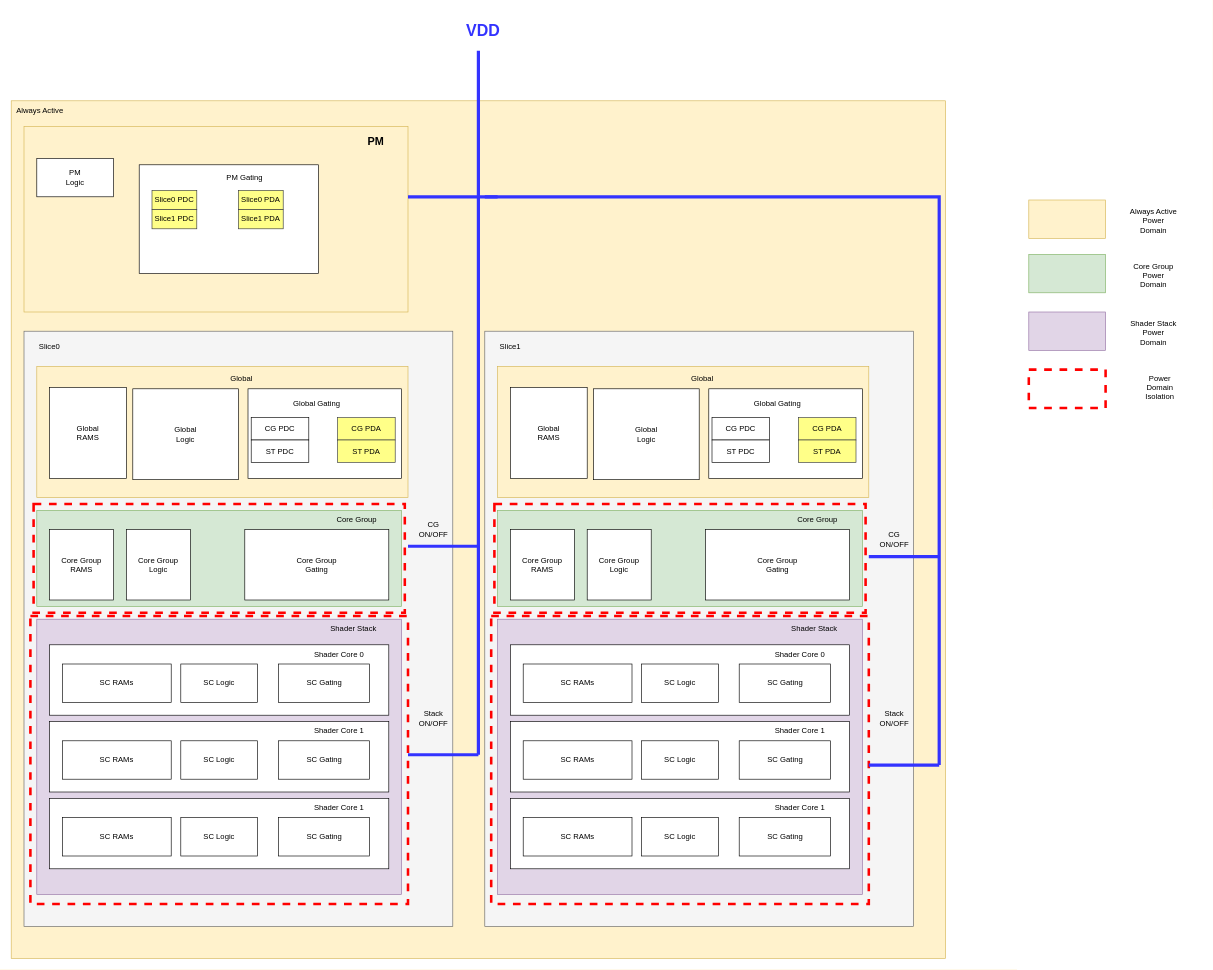
Above: page "G78AE_Power" (4 of 4) of gua0.drawio in ASIC-Design/test (draw.io), before the change. Source tidied: cells renumbered, new cells numbered last; positions are measured from the earlier drawing's top-left corner, leaving out a move shared by most shapes. Both pictures are drawn from the tidied source at 64%, with x=0, y=0 at pixel (11, 11).
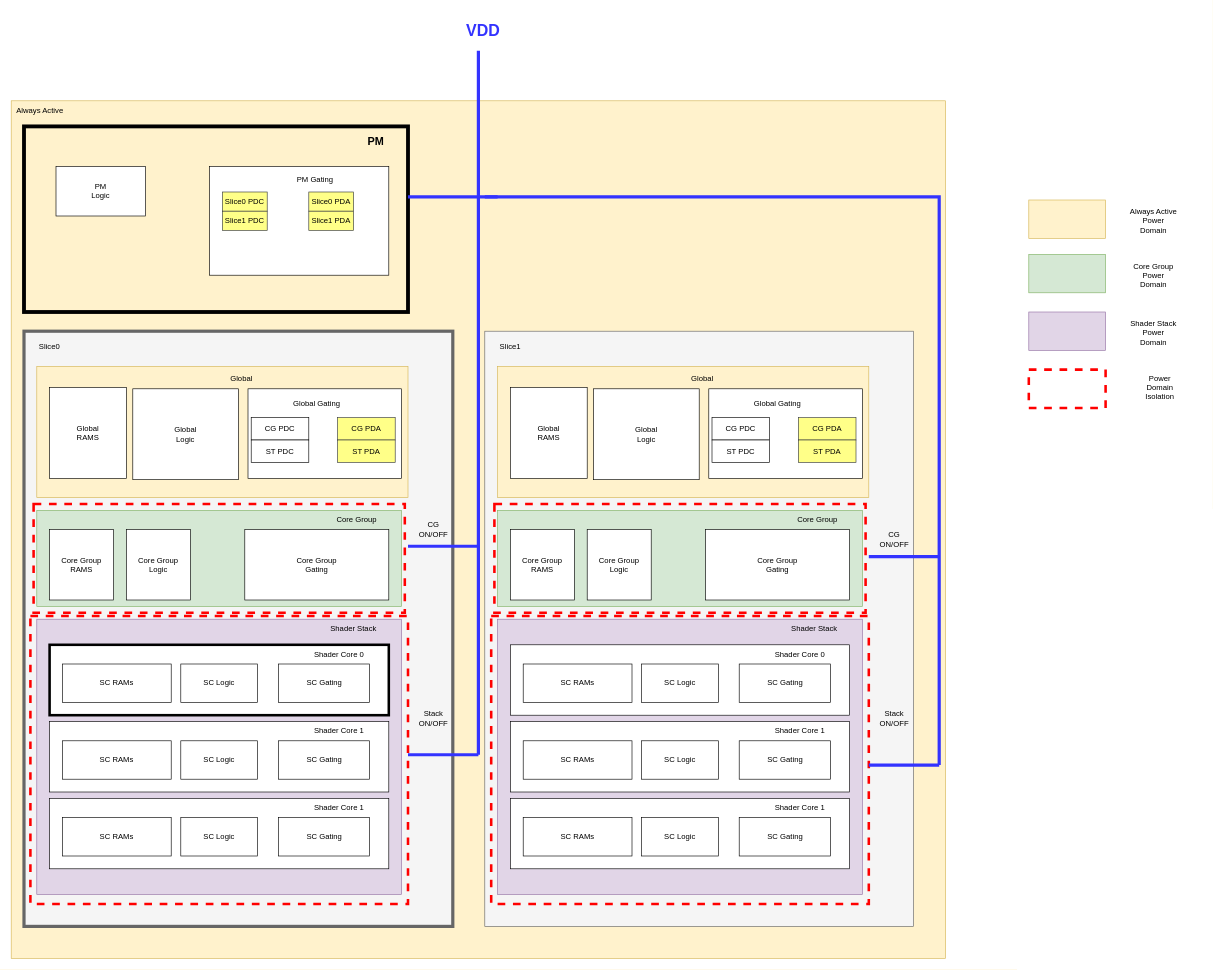
After the change.

The edit, as a diff of the source:
```diff
@@
-    <mxCell id="4" style="rounded=0;whiteSpace=wrap;html=1;fillColor=#fff2cc;strokeColor=#d6b656;" parent="1" vertex="1">
+    <mxCell id="4" style="rounded=0;whiteSpace=wrap;html=1;fillColor=#fff2cc;strokeColor=#000000;strokeWidth=6;" parent="1" vertex="1">
       <mxGeometry x="20" y="180" width="600" height="290" as="geometry" />
     </mxCell>
@@
     <mxCell id="6" value="PM&lt;div&gt;Logic&lt;/div&gt;" style="rounded=0;whiteSpace=wrap;html=1;" parent="1" vertex="1">
-      <mxGeometry x="40" y="230" width="120" height="60" as="geometry" />
+      <mxGeometry x="70" y="242.5" width="140" height="77.5" as="geometry" />
     </mxCell>
     <mxCell id="7" style="rounded=0;whiteSpace=wrap;html=1;" parent="1" vertex="1">
-      <mxGeometry x="200" y="240" width="280" height="170" as="geometry" />
+      <mxGeometry x="310" y="242.5" width="280" height="170" as="geometry" />
     </mxCell>
     <mxCell id="8" value="PM Gating" style="text;html=1;align=center;verticalAlign=middle;whiteSpace=wrap;rounded=0;" parent="1" vertex="1">
-      <mxGeometry x="305" y="240" width="120" height="40" as="geometry" />
+      <mxGeometry x="415" y="242.5" width="120" height="40" as="geometry" />
     </mxCell>
     <mxCell id="9" value="Slice0 PDC" style="rounded=0;whiteSpace=wrap;html=1;fillColor=#ffff88;strokeColor=#36393d;" parent="1" vertex="1">
-      <mxGeometry x="220" y="280" width="70" height="30" as="geometry" />
+      <mxGeometry x="330" y="282.5" width="70" height="30" as="geometry" />
     </mxCell>
     <mxCell id="10" value="Slice1 PDC" style="rounded=0;whiteSpace=wrap;html=1;fillColor=#ffff88;strokeColor=#36393d;" parent="1" vertex="1">
-      <mxGeometry x="220" y="310" width="70" height="30" as="geometry" />
+      <mxGeometry x="330" y="312.5" width="70" height="30" as="geometry" />
     </mxCell>
     <mxCell id="11" value="Slice0 PDA" style="rounded=0;whiteSpace=wrap;html=1;fillColor=#ffff88;strokeColor=#36393d;" parent="1" vertex="1">
-      <mxGeometry x="355" y="280" width="70" height="30" as="geometry" />
+      <mxGeometry x="465" y="282.5" width="70" height="30" as="geometry" />
     </mxCell>
     <mxCell id="12" value="Slice1 PDA" style="rounded=0;whiteSpace=wrap;html=1;fillColor=#ffff88;strokeColor=#36393d;" parent="1" vertex="1">
-      <mxGeometry x="355" y="310" width="70" height="30" as="geometry" />
+      <mxGeometry x="465" y="312.5" width="70" height="30" as="geometry" />
     </mxCell>
-    <mxCell id="13" style="rounded=0;whiteSpace=wrap;html=1;fillColor=#f5f5f5;fontColor=#333333;strokeColor=#666666;" parent="1" vertex="1">
+    <mxCell id="13" style="rounded=0;whiteSpace=wrap;html=1;fillColor=#f5f5f5;fontColor=#333333;strokeColor=#666666;strokeWidth=5;" parent="1" vertex="1">
       <mxGeometry x="20" y="500" width="670" height="930" as="geometry" />
     </mxCell>
@@
-    <mxCell id="32" style="rounded=0;whiteSpace=wrap;html=1;" parent="1" vertex="1">
+    <mxCell id="32" style="rounded=0;whiteSpace=wrap;html=1;strokeWidth=4;" parent="1" vertex="1">
       <mxGeometry x="60" y="990" width="530" height="110" as="geometry" />
     </mxCell>
```
